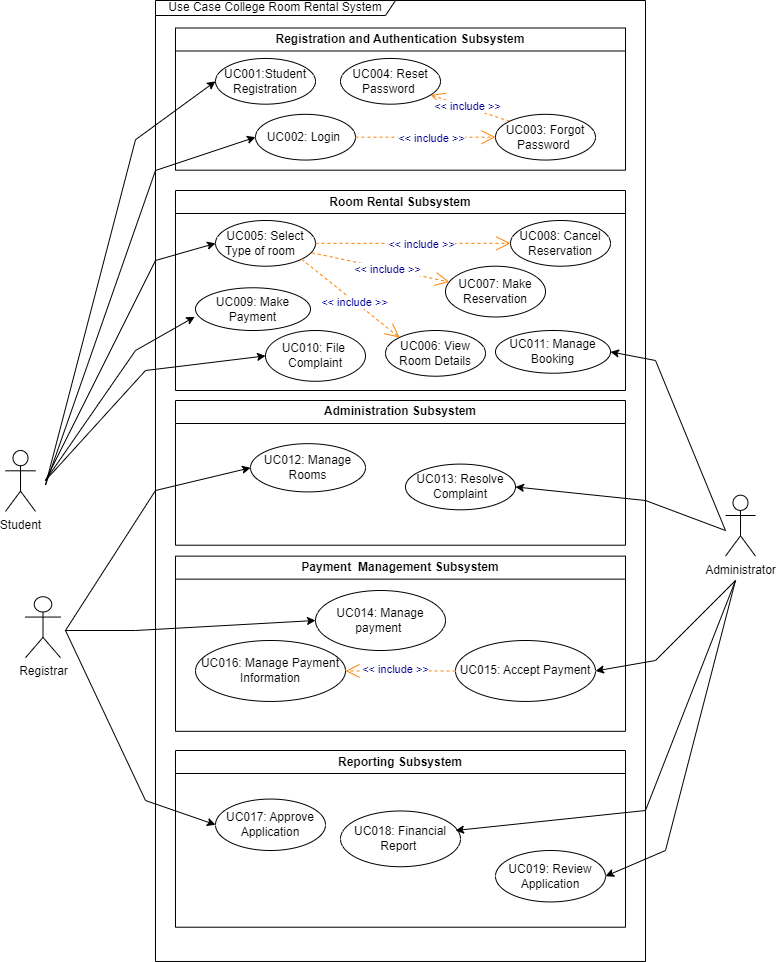
The draw.io diagram project/project/sec02/alpha/useCasediagram.drawio.png in drshahizan/software-engineering, before a commit. Source tidied: cells renumbered, new cells last; positions are measured from the earlier drawing's top-left corner, leaving out a move shared by most shapes. Its diagram source:
```xml
<mxGraphModel>
  <root>
    <mxCell id="0" />
    <mxCell id="1" parent="0" />
    <mxCell id="2" value="Registration and Authentication Subsystem" style="swimlane;whiteSpace=wrap;html=1;" parent="1" vertex="1">
      <mxGeometry x="170" y="27.5" width="450" height="142.2" as="geometry" />
    </mxCell>
    <mxCell id="3" value="UC001:Student Registration" style="ellipse;whiteSpace=wrap;html=1;" parent="2" vertex="1">
      <mxGeometry x="40" y="30.5" width="100" height="45.7" as="geometry" />
    </mxCell>
    <mxCell id="4" value="UC002: Login&amp;nbsp;" style="ellipse;whiteSpace=wrap;html=1;" parent="2" vertex="1">
      <mxGeometry x="80" y="86.3" width="100" height="45.7" as="geometry" />
    </mxCell>
    <mxCell id="5" value="UC004: Reset Password&amp;nbsp;" style="ellipse;whiteSpace=wrap;html=1;" parent="2" vertex="1">
      <mxGeometry x="165" y="30.5" width="100" height="45.7" as="geometry" />
    </mxCell>
    <mxCell id="6" value="&amp;lt;&amp;lt; include &amp;gt;&amp;gt;" style="endArrow=open;endSize=12;dashed=1;html=1;fontColor=#000099;strokeColor=#FF8000;exitX=0;exitY=0;exitDx=0;exitDy=0;" parent="2" edge="1" source="7" target="5">
      <mxGeometry x="0.09" y="-1" relative="1" as="geometry" />
    </mxCell>
    <mxCell id="7" value="UC003: Forgot Password&amp;nbsp;" style="ellipse;whiteSpace=wrap;html=1;" parent="2" vertex="1">
      <mxGeometry x="320" y="86.3" width="100" height="45.7" as="geometry" />
    </mxCell>
    <mxCell id="8" value="&amp;lt;&amp;lt; include &amp;gt;&amp;gt;" style="endArrow=open;endSize=12;dashed=1;html=1;entryX=0;entryY=0.5;fontColor=#000099;strokeColor=#FF8000;entryDx=0;entryDy=0;exitX=1;exitY=0.5;exitDx=0;exitDy=0;" parent="2" edge="1" source="4" target="7">
      <mxGeometry x="0.09" y="-1" relative="1" as="geometry" />
    </mxCell>
    <mxCell id="9" value="Room Rental Subsystem" style="swimlane;whiteSpace=wrap;html=1;" parent="1" vertex="1">
      <mxGeometry x="170" y="190" width="450" height="200" as="geometry" />
    </mxCell>
    <mxCell id="10" value="UC006: View Room Details" style="ellipse;whiteSpace=wrap;html=1;" parent="9" vertex="1">
      <mxGeometry x="210" y="140" width="100" height="45.7" as="geometry" />
    </mxCell>
    <mxCell id="11" value="UC007: Make Reservation" style="ellipse;whiteSpace=wrap;html=1;" parent="9" vertex="1">
      <mxGeometry x="270" y="75.7" width="100" height="50.8" as="geometry" />
    </mxCell>
    <mxCell id="12" value="UC005: Select Type of room&amp;nbsp; &amp;nbsp;" style="ellipse;whiteSpace=wrap;html=1;" parent="9" vertex="1">
      <mxGeometry x="40" y="30" width="100" height="45.7" as="geometry" />
    </mxCell>
    <mxCell id="13" value="UC008: Cancel Reservation" style="ellipse;whiteSpace=wrap;html=1;" parent="9" vertex="1">
      <mxGeometry x="335" y="30" width="100" height="45.7" as="geometry" />
    </mxCell>
    <mxCell id="14" value="&amp;lt;&amp;lt; include &amp;gt;&amp;gt;" style="endArrow=open;endSize=12;dashed=1;html=1;entryX=0;entryY=0;fontColor=#000099;strokeColor=#FF8000;entryDx=0;entryDy=0;exitX=1;exitY=1;exitDx=0;exitDy=0;" parent="9" edge="1" source="12" target="10">
      <mxGeometry x="0.09" y="-1" relative="1" as="geometry" />
    </mxCell>
    <mxCell id="15" value="&amp;lt;&amp;lt; include &amp;gt;&amp;gt;" style="endArrow=open;endSize=12;dashed=1;html=1;fontColor=#000099;strokeColor=#FF8000;exitX=0.965;exitY=0.707;exitDx=0;exitDy=0;exitPerimeter=0;" parent="9" edge="1" source="12" target="11">
      <mxGeometry x="0.09" y="-1" relative="1" as="geometry" />
    </mxCell>
    <mxCell id="16" value="&amp;lt;&amp;lt; include &amp;gt;&amp;gt;" style="endArrow=open;endSize=12;dashed=1;html=1;fontColor=#000099;strokeColor=#FF8000;exitX=1;exitY=0.5;exitDx=0;exitDy=0;entryX=0;entryY=0.5;entryDx=0;entryDy=0;" parent="9" edge="1" source="12" target="13">
      <mxGeometry x="0.09" y="-1" relative="1" as="geometry" />
    </mxCell>
    <mxCell id="17" value="UC011: Manage Booking" style="ellipse;whiteSpace=wrap;html=1;" parent="9" vertex="1">
      <mxGeometry x="320" y="140" width="115" height="42.7" as="geometry" />
    </mxCell>
    <mxCell id="18" value="UC010: File&amp;nbsp; Complaint" style="ellipse;whiteSpace=wrap;html=1;" parent="9" vertex="1">
      <mxGeometry x="90" y="140" width="100" height="50.8" as="geometry" />
    </mxCell>
    <mxCell id="19" value="UC009: Make Payment" style="ellipse;whiteSpace=wrap;html=1;" parent="9" vertex="1">
      <mxGeometry x="20" y="97.3" width="115" height="42.7" as="geometry" />
    </mxCell>
    <mxCell id="20" value="Use Case College Room Rental System" style="shape=umlFrame;whiteSpace=wrap;html=1;width=240;height=15;" parent="9" vertex="1">
      <mxGeometry x="-20" y="-190" width="490" height="961" as="geometry" />
    </mxCell>
    <mxCell id="21" value="UC016: Manage Payment Information" style="ellipse;whiteSpace=wrap;html=1;" parent="9" vertex="1">
      <mxGeometry x="20" y="450" width="150" height="60.9" as="geometry" />
    </mxCell>
    <mxCell id="22" value="UC014: Manage payment&amp;nbsp;" style="ellipse;whiteSpace=wrap;html=1;" parent="9" vertex="1">
      <mxGeometry x="140" y="400" width="130" height="60" as="geometry" />
    </mxCell>
    <mxCell id="23" value="UC015: Accept Payment" style="ellipse;whiteSpace=wrap;html=1;" parent="9" vertex="1">
      <mxGeometry x="280" y="450" width="140" height="60.9" as="geometry" />
    </mxCell>
    <mxCell id="24" value="&amp;lt;&amp;lt; include &amp;gt;&amp;gt;" style="endArrow=open;endSize=12;dashed=1;html=1;fontColor=#000099;strokeColor=#FF8000;entryX=1;entryY=0.5;entryDx=0;entryDy=0;exitX=0;exitY=0.5;exitDx=0;exitDy=0;" parent="9" edge="1" source="23" target="21">
      <mxGeometry x="0.09" y="-1" relative="1" as="geometry" />
    </mxCell>
    <mxCell id="25" value="Payment&amp;nbsp; Management Subsystem" style="swimlane;whiteSpace=wrap;html=1;" parent="1" vertex="1">
      <mxGeometry x="170" y="555.6" width="450" height="175.2" as="geometry" />
    </mxCell>
    <mxCell id="26" value="Reporting Subsystem" style="swimlane;whiteSpace=wrap;html=1;" parent="1" vertex="1">
      <mxGeometry x="170" y="750" width="450" height="176.7" as="geometry" />
    </mxCell>
    <mxCell id="27" value="UC019: Review Application" style="ellipse;whiteSpace=wrap;html=1;" parent="26" vertex="1">
      <mxGeometry x="320" y="100" width="110" height="51.4" as="geometry" />
    </mxCell>
    <mxCell id="28" value="UC018: Financial Report&amp;nbsp;" style="ellipse;whiteSpace=wrap;html=1;" parent="26" vertex="1">
      <mxGeometry x="165" y="60.5" width="120" height="55.7" as="geometry" />
    </mxCell>
    <mxCell id="29" value="UC017: Approve Application" style="ellipse;whiteSpace=wrap;html=1;" parent="26" vertex="1">
      <mxGeometry x="40" y="48.6" width="110" height="51.4" as="geometry" />
    </mxCell>
    <mxCell id="30" value="Registrar" style="shape=umlActor;verticalLabelPosition=bottom;verticalAlign=top;html=1;" parent="1" vertex="1">
      <mxGeometry x="20" y="596.2" width="35" height="60.9" as="geometry" />
    </mxCell>
    <mxCell id="31" value="Administrator" style="shape=umlActor;verticalLabelPosition=bottom;verticalAlign=top;html=1;" parent="1" vertex="1">
      <mxGeometry x="720" y="494.7" width="30" height="60.9" as="geometry" />
    </mxCell>
    <mxCell id="32" value="Administration Subsystem" style="swimlane;whiteSpace=wrap;html=1;" parent="1" vertex="1">
      <mxGeometry x="170" y="400" width="450" height="144.7" as="geometry" />
    </mxCell>
    <mxCell id="33" value="UC012: Manage Rooms" style="ellipse;whiteSpace=wrap;html=1;" parent="32" vertex="1">
      <mxGeometry x="75" y="43.2" width="115" height="48.2" as="geometry" />
    </mxCell>
    <mxCell id="34" value="UC013: Resolve Complaint" style="ellipse;whiteSpace=wrap;html=1;" parent="32" vertex="1">
      <mxGeometry x="230" y="63.6" width="110" height="45.7" as="geometry" />
    </mxCell>
    <mxCell id="35" style="endArrow=classic;html=1;rounded=0;entryX=0;entryY=0.5;entryDx=0;entryDy=0;" parent="1" edge="1" target="3">
      <mxGeometry relative="1" as="geometry">
        <mxPoint x="40" y="484.5" as="sourcePoint" />
        <Array as="points">
          <mxPoint x="130" y="139.2" />
        </Array>
      </mxGeometry>
    </mxCell>
    <mxCell id="36" style="endArrow=classic;html=1;rounded=0;entryX=0;entryY=0.5;entryDx=0;entryDy=0;" parent="1" edge="1" target="4">
      <mxGeometry relative="1" as="geometry">
        <mxPoint x="40" y="484.5" as="sourcePoint" />
        <Array as="points">
          <mxPoint x="150" y="170" />
        </Array>
      </mxGeometry>
    </mxCell>
    <mxCell id="37" value="Student" style="shape=umlActor;verticalLabelPosition=bottom;verticalAlign=top;html=1;" parent="1" vertex="1">
      <mxGeometry y="450" width="30" height="60.9" as="geometry" />
    </mxCell>
    <mxCell id="38" style="endArrow=classic;html=1;rounded=0;entryX=0;entryY=0.5;entryDx=0;entryDy=0;" parent="1" edge="1" target="12">
      <mxGeometry relative="1" as="geometry">
        <mxPoint x="40" y="480" as="sourcePoint" />
        <Array as="points">
          <mxPoint x="150" y="260" />
        </Array>
      </mxGeometry>
    </mxCell>
    <mxCell id="39" style="endArrow=classic;html=1;rounded=0;entryX=0;entryY=0.5;entryDx=0;entryDy=0;" parent="1" edge="1" target="18">
      <mxGeometry relative="1" as="geometry">
        <mxPoint x="40" y="480" as="sourcePoint" />
        <Array as="points">
          <mxPoint x="140" y="370" />
        </Array>
      </mxGeometry>
    </mxCell>
    <mxCell id="40" style="endArrow=classic;html=1;rounded=0;entryX=1;entryY=0.5;entryDx=0;entryDy=0;" parent="1" edge="1" target="27">
      <mxGeometry relative="1" as="geometry">
        <mxPoint x="730" y="580" as="sourcePoint" />
        <Array as="points">
          <mxPoint x="660" y="850" />
        </Array>
      </mxGeometry>
    </mxCell>
    <mxCell id="41" style="endArrow=classic;html=1;rounded=0;" parent="1" edge="1">
      <mxGeometry relative="1" as="geometry">
        <mxPoint x="730" y="580" as="sourcePoint" />
        <mxPoint x="450" y="830" as="targetPoint" />
        <Array as="points">
          <mxPoint x="640" y="810" />
        </Array>
      </mxGeometry>
    </mxCell>
    <mxCell id="42" style="endArrow=classic;html=1;rounded=0;entryX=0;entryY=0.5;entryDx=0;entryDy=0;" parent="1" edge="1" target="29">
      <mxGeometry relative="1" as="geometry">
        <mxPoint x="60" y="630" as="sourcePoint" />
        <Array as="points">
          <mxPoint x="140" y="800" />
        </Array>
      </mxGeometry>
    </mxCell>
    <mxCell id="43" style="endArrow=classic;html=1;rounded=0;entryX=1;entryY=0.5;entryDx=0;entryDy=0;" parent="1" edge="1" target="23">
      <mxGeometry relative="1" as="geometry">
        <mxPoint x="730" y="580" as="sourcePoint" />
        <Array as="points">
          <mxPoint x="650" y="660" />
        </Array>
      </mxGeometry>
    </mxCell>
    <mxCell id="44" style="endArrow=classic;html=1;rounded=0;entryX=0;entryY=0.5;entryDx=0;entryDy=0;" parent="1" edge="1" target="33">
      <mxGeometry relative="1" as="geometry">
        <mxPoint x="60" y="630" as="sourcePoint" />
        <Array as="points">
          <mxPoint x="150" y="490" />
        </Array>
      </mxGeometry>
    </mxCell>
    <mxCell id="45" style="endArrow=classic;html=1;rounded=0;entryX=1;entryY=0.5;entryDx=0;entryDy=0;" parent="1" edge="1" target="34">
      <mxGeometry relative="1" as="geometry">
        <mxPoint x="720" y="530" as="sourcePoint" />
        <Array as="points">
          <mxPoint x="640" y="500" />
        </Array>
      </mxGeometry>
    </mxCell>
    <mxCell id="46" style="endArrow=classic;html=1;rounded=0;entryX=-0.007;entryY=0.68;entryDx=0;entryDy=0;entryPerimeter=0;" parent="1" edge="1" target="19">
      <mxGeometry relative="1" as="geometry">
        <mxPoint x="40" y="480" as="sourcePoint" />
        <Array as="points">
          <mxPoint x="130" y="350" />
        </Array>
      </mxGeometry>
    </mxCell>
    <mxCell id="47" style="endArrow=classic;html=1;rounded=0;entryX=1;entryY=0.5;entryDx=0;entryDy=0;" parent="1" edge="1" target="17">
      <mxGeometry relative="1" as="geometry">
        <mxPoint x="720" y="530" as="sourcePoint" />
        <Array as="points">
          <mxPoint x="650" y="360" />
        </Array>
      </mxGeometry>
    </mxCell>
    <mxCell id="48" style="endArrow=classic;html=1;rounded=0;entryX=0;entryY=0.5;entryDx=0;entryDy=0;" parent="1" edge="1" target="22">
      <mxGeometry relative="1" as="geometry">
        <mxPoint x="60" y="630" as="sourcePoint" />
        <Array as="points">
          <mxPoint x="130" y="630" />
        </Array>
      </mxGeometry>
    </mxCell>
  </root>
</mxGraphModel>
```
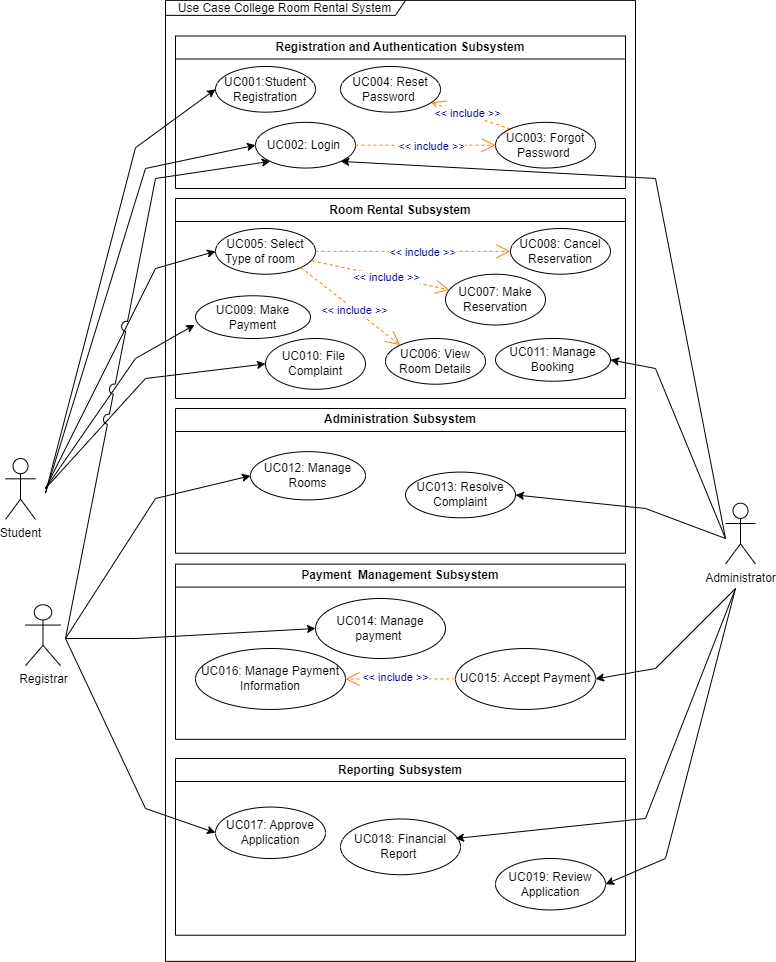
After the change.

What changed in the source:
```diff
@@ -2,8 +2,11 @@
   <root>
     <mxCell id="0" />
     <mxCell id="1" parent="0" />
+    <mxCell id="20" value="Use Case College Room Rental System" style="shape=umlFrame;whiteSpace=wrap;html=1;width=240;height=15;" parent="1" vertex="1">
+      <mxGeometry x="160" y="-8.1" width="470" height="961" as="geometry" />
+    </mxCell>
     <mxCell id="2" value="Registration and Authentication Subsystem" style="swimlane;whiteSpace=wrap;html=1;" parent="1" vertex="1">
-      <mxGeometry x="170" y="27.5" width="450" height="142.2" as="geometry" />
+      <mxGeometry x="170" y="27.5" width="450" height="152.5" as="geometry" />
     </mxCell>
     <mxCell id="3" value="UC001:Student Registration" style="ellipse;whiteSpace=wrap;html=1;" parent="2" vertex="1">
       <mxGeometry x="40" y="30.5" width="100" height="45.7" as="geometry" />
@@ -56,9 +59,6 @@
     <mxCell id="19" value="UC009: Make Payment" style="ellipse;whiteSpace=wrap;html=1;" parent="9" vertex="1">
       <mxGeometry x="20" y="97.3" width="115" height="42.7" as="geometry" />
     </mxCell>
-    <mxCell id="20" value="Use Case College Room Rental System" style="shape=umlFrame;whiteSpace=wrap;html=1;width=240;height=15;" parent="9" vertex="1">
-      <mxGeometry x="-20" y="-190" width="490" height="961" as="geometry" />
-    </mxCell>
     <mxCell id="21" value="UC016: Manage Payment Information" style="ellipse;whiteSpace=wrap;html=1;" parent="9" vertex="1">
       <mxGeometry x="20" y="450" width="150" height="60.9" as="geometry" />
     </mxCell>
@@ -113,7 +113,7 @@
       <mxGeometry relative="1" as="geometry">
         <mxPoint x="40" y="484.5" as="sourcePoint" />
         <Array as="points">
-          <mxPoint x="150" y="170" />
+          <mxPoint x="140" y="160" />
         </Array>
       </mxGeometry>
     </mxCell>
@@ -209,5 +209,21 @@
         </Array>
       </mxGeometry>
     </mxCell>
+    <mxCell id="49" style="endArrow=classic;html=1;rounded=0;entryX=1;entryY=1;entryDx=0;entryDy=0;" parent="1" edge="1" target="4">
+      <mxGeometry relative="1" as="geometry">
+        <mxPoint x="720" y="530" as="sourcePoint" />
+        <Array as="points">
+          <mxPoint x="650" y="170" />
+        </Array>
+      </mxGeometry>
+    </mxCell>
+    <mxCell id="50" style="endArrow=classic;html=1;rounded=0;entryX=0;entryY=1;entryDx=0;entryDy=0;jumpStyle=arc;jumpSize=10;" parent="1" edge="1" target="4">
+      <mxGeometry relative="1" as="geometry">
+        <mxPoint x="60" y="630" as="sourcePoint" />
+        <Array as="points">
+          <mxPoint x="150" y="170" />
+        </Array>
+      </mxGeometry>
+    </mxCell>
   </root>
 </mxGraphModel>
```
